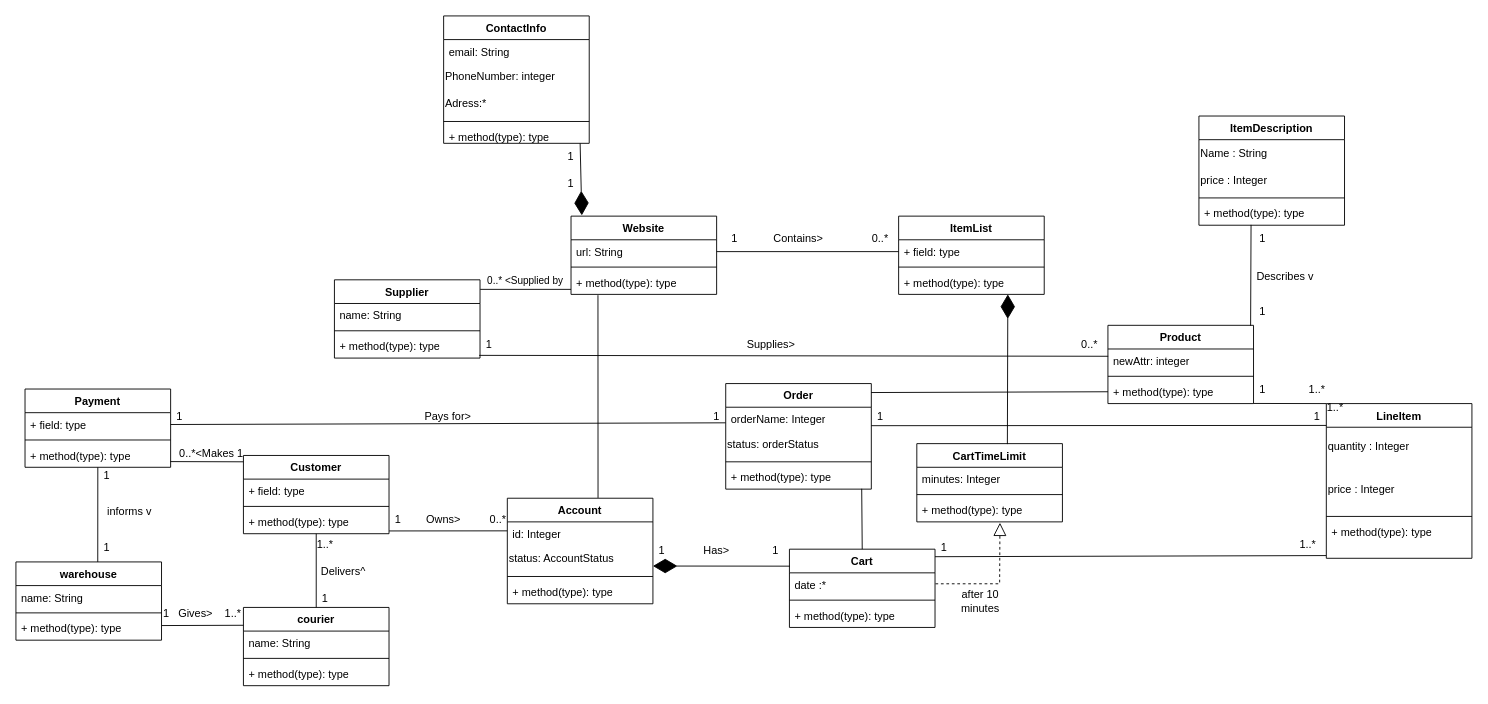
Arxonus/Programms keeps this draw.io diagram as Diagram2.drawio. Above is the earlier version. Source tidied: cells renumbered, new cells numbered last; positions are measured from the earlier drawing's top-left corner, leaving out a move shared by most shapes. Both pictures are drawn from the tidied source at 91%, with x=0, y=0 at pixel (15, 15).
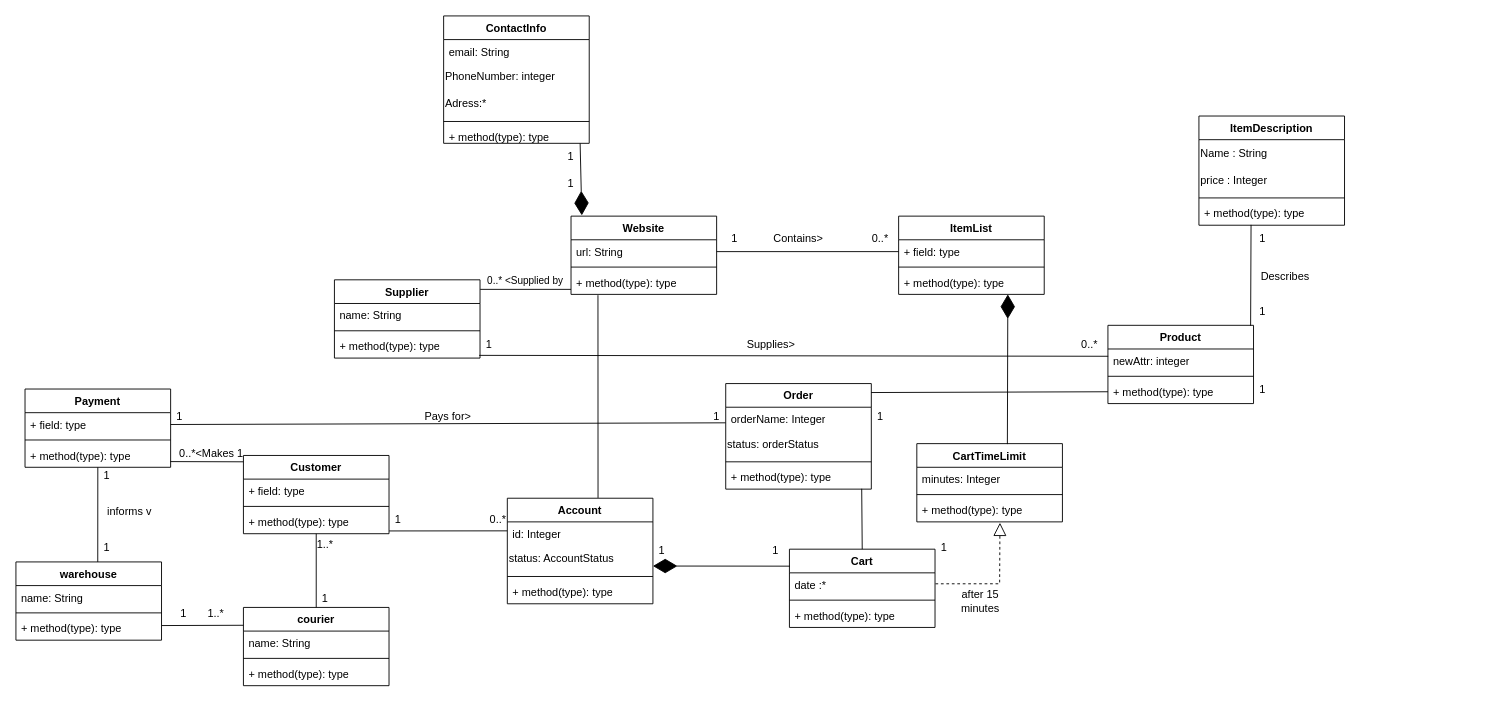
The same page after the edit.

The change refers to these unchanged cells:
```xml
<mxCell id="35" value="orderName: Integer" style="text;strokeColor=none;fillColor=none;align=left;verticalAlign=top;spacingLeft=4;spacingRight=4;overflow=hidden;points=[[0,0.5],[1,0.5]];portConstraint=eastwest;whiteSpace=wrap;html=1;" parent="34" vertex="1">
  <mxGeometry y="26" width="160" height="26" as="geometry" />
</mxCell>
<mxCell id="48" value="+ method(type): type" style="text;strokeColor=none;fillColor=none;align=left;verticalAlign=top;spacingLeft=4;spacingRight=4;overflow=hidden;points=[[0,0.5],[1,0.5]];portConstraint=eastwest;whiteSpace=wrap;html=1;" parent="45" vertex="1">
  <mxGeometry y="60" width="160" height="26" as="geometry" />
</mxCell>
<mxCell id="56" value="Cart" style="swimlane;fontStyle=1;align=center;verticalAlign=top;horizontal=1;startSize=26;whiteSpace=wrap;html=1;" parent="1" vertex="1">
  <mxGeometry x="850" y="586" width="160" height="86" as="geometry" />
</mxCell>
```

The edit, as a diff of the source:
```diff
@@
-    <mxCell id="67" value="after 10 minutes" style="text;html=1;strokeColor=none;fillColor=none;align=center;verticalAlign=middle;whiteSpace=wrap;rounded=0;" parent="1" vertex="1">
+    <mxCell id="67" value="after 15 minutes" style="text;html=1;strokeColor=none;fillColor=none;align=center;verticalAlign=middle;whiteSpace=wrap;rounded=0;" parent="1" vertex="1">
       <mxGeometry x="1030" y="628" width="60" height="30" as="geometry" />
     </mxCell>
@@
-    <mxCell id="90" value="Describes v" style="text;html=1;strokeColor=none;fillColor=none;align=center;verticalAlign=middle;whiteSpace=wrap;rounded=0;" parent="1" vertex="1">
+    <mxCell id="90" value="Describes" style="text;html=1;strokeColor=none;fillColor=none;align=center;verticalAlign=middle;whiteSpace=wrap;rounded=0;" parent="1" vertex="1">
       <mxGeometry x="1360" y="272" width="70" height="30" as="geometry" />
     </mxCell>
@@
-    <mxCell id="93" value="LineItem" style="swimlane;fontStyle=1;align=center;verticalAlign=top;horizontal=1;startSize=26;whiteSpace=wrap;html=1;" parent="1" vertex="1">
-      <mxGeometry x="1440" y="426" width="160" height="170" as="geometry" />
-    </mxCell>
-    <mxCell id="94" value="quantity : Integer" style="text;html=1;strokeColor=none;fillColor=none;align=left;verticalAlign=middle;whiteSpace=wrap;rounded=0;" parent="93" vertex="1">
-      <mxGeometry y="26" width="160" height="44" as="geometry" />
-    </mxCell>
-    <mxCell id="95" value="price : Integer" style="text;html=1;strokeColor=none;fillColor=none;align=left;verticalAlign=middle;whiteSpace=wrap;rounded=0;" parent="93" vertex="1">
-      <mxGeometry y="70" width="160" height="50" as="geometry" />
-    </mxCell>
-    <mxCell id="96" style="line;strokeWidth=1;fillColor=none;align=left;verticalAlign=middle;spacingTop=-1;spacingLeft=3;spacingRight=3;labelPosition=right;strokeColor=inherit;" parent="93" vertex="1">
-      <mxGeometry y="120" width="160" height="8" as="geometry" />
-    </mxCell>
-    <mxCell id="97" value="+ method(type): type" style="text;strokeColor=none;fillColor=none;align=left;verticalAlign=top;spacingLeft=4;spacingRight=4;overflow=hidden;points=[[0,0.5],[1,0.5]];portConstraint=eastwest;whiteSpace=wrap;html=1;" parent="93" vertex="1">
-      <mxGeometry y="128" width="160" height="42" as="geometry" />
-    </mxCell>
-    <mxCell id="98" style="endArrow=none;html=1;rounded=0;exitX=1;exitY=0.995;exitDx=0;exitDy=0;exitPerimeter=0;entryX=0;entryY=0;entryDx=0;entryDy=0;" parent="1" edge="1" source="48" target="93">
-      <mxGeometry relative="1" as="geometry" />
-    </mxCell>
-    <mxCell id="99" style="endArrow=none;html=1;rounded=0;exitX=1;exitY=0.78;exitDx=0;exitDy=0;exitPerimeter=0;" parent="1" edge="1" source="35">
-      <mxGeometry relative="1" as="geometry">
-        <mxPoint x="1440" y="450" as="targetPoint" />
-      </mxGeometry>
-    </mxCell>
-    <mxCell id="100" style="endArrow=none;html=1;rounded=0;entryX=-0.001;entryY=0.929;entryDx=0;entryDy=0;entryPerimeter=0;exitX=1;exitY=0.096;exitDx=0;exitDy=0;exitPerimeter=0;" parent="1" edge="1" source="56" target="97">
-      <mxGeometry relative="1" as="geometry" />
-    </mxCell>
@@
-    <mxCell id="102" value="1..*" style="text;html=1;strokeColor=none;fillColor=none;align=center;verticalAlign=middle;whiteSpace=wrap;rounded=0;" parent="1" vertex="1">
-      <mxGeometry x="1400" y="396" width="60" height="30" as="geometry" />
-    </mxCell>
-    <mxCell id="103" value="1" style="text;html=1;strokeColor=none;fillColor=none;align=center;verticalAlign=middle;whiteSpace=wrap;rounded=0;" parent="1" vertex="1">
-      <mxGeometry x="1400" y="426" width="60" height="30" as="geometry" />
-    </mxCell>
@@
-    <mxCell id="106" value="1..*" style="text;html=1;strokeColor=none;fillColor=none;align=center;verticalAlign=middle;whiteSpace=wrap;rounded=0;" parent="1" vertex="1">
-      <mxGeometry x="1390" y="566" width="60" height="30" as="geometry" />
-    </mxCell>
-    <mxCell id="107" value="1..*" style="text;html=1;strokeColor=none;fillColor=none;align=center;verticalAlign=middle;whiteSpace=wrap;rounded=0;" parent="1" vertex="1">
-      <mxGeometry x="1420" y="416" width="60" height="30" as="geometry" />
-    </mxCell>
@@
-    <mxCell id="110" value="Has&amp;gt;" style="text;html=1;strokeColor=none;fillColor=none;align=center;verticalAlign=middle;whiteSpace=wrap;rounded=0;" parent="1" vertex="1">
-      <mxGeometry x="740" y="573" width="60" height="30" as="geometry" />
-    </mxCell>
@@
-    <mxCell id="113" value="Owns&amp;gt;" style="text;html=1;strokeColor=none;fillColor=none;align=center;verticalAlign=middle;whiteSpace=wrap;rounded=0;" parent="1" vertex="1">
-      <mxGeometry x="440" y="539" width="60" height="30" as="geometry" />
-    </mxCell>
-    <mxCell id="114" value="Delivers^" style="text;html=1;strokeColor=none;fillColor=none;align=center;verticalAlign=middle;whiteSpace=wrap;rounded=0;" parent="1" vertex="1">
-      <mxGeometry x="330" y="596" width="60" height="30" as="geometry" />
-    </mxCell>
@@
-    <mxCell id="117" value="1&amp;nbsp;&amp;nbsp; Gives&amp;gt; &amp;nbsp;&amp;nbsp; 1..*" style="text;html=1;strokeColor=none;fillColor=none;align=center;verticalAlign=middle;whiteSpace=wrap;rounded=0;" parent="1" vertex="1">
+    <mxCell id="117" value="1&amp;nbsp; &amp;nbsp; &amp;nbsp; &amp;nbsp;1..*" style="text;html=1;strokeColor=none;fillColor=none;align=center;verticalAlign=middle;whiteSpace=wrap;rounded=0;" parent="1" vertex="1">
       <mxGeometry x="160" y="642" width="90" height="30" as="geometry" />
     </mxCell>
```
